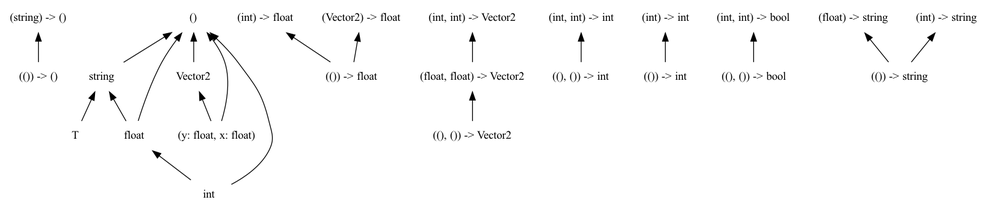
Above: dots/png/1.dot.png in chocobo333/regino (Graphviz), before the change. Its source is kept beside it as dots/1.dot.
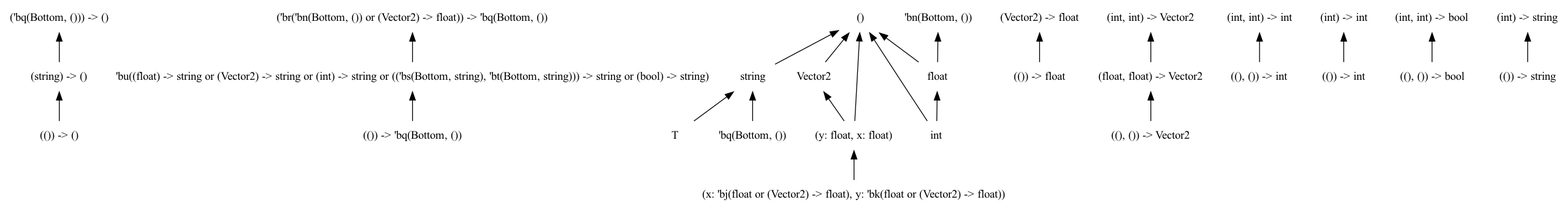
The same diagram one commit later.

Diff of the diagram source:
```diff
@@ -12,8 +12,10 @@
   "(()) -> ()"
   "string"
   "Vector2"
+  "'bu()"
   "(()) -> float"
   "T"
+  "('br(float or (Vector2) -> float)) -> string"
   "((), ()) -> Vector2"
   "(int, int) -> Vector2"
   "((), ()) -> int"
@@ -22,7 +24,6 @@
   "()"
   "(int, int) -> bool"
   "(float, float) -> Vector2"
-  "(float) -> string"
   "(()) -> string"
   "(int) -> float"
   "(Vector2) -> float"
@@ -34,8 +35,9 @@
   "((), ()) -> bool"
   "(string) -> ()" -> "(()) -> ()"
   "string" -> "T"
-  "string" -> "float"
   "Vector2" -> "(y: float, x: float)"
+  "'bu()" -> "(()) -> string"
+  "('br(float or (Vector2) -> float)) -> string" -> "'bu()"
   "(int, int) -> Vector2" -> "(float, float) -> Vector2"
   "(int) -> int" -> "(()) -> int"
   "(int, int) -> int" -> "((), ()) -> int"
@@ -46,7 +48,6 @@
   "()" -> "int"
   "(int, int) -> bool" -> "((), ()) -> bool"
   "(float, float) -> Vector2" -> "((), ()) -> Vector2"
-  "(float) -> string" -> "(()) -> string"
   "(int) -> float" -> "(()) -> float"
   "(Vector2) -> float" -> "(()) -> float"
   "(int) -> string" -> "(()) -> string"
```
